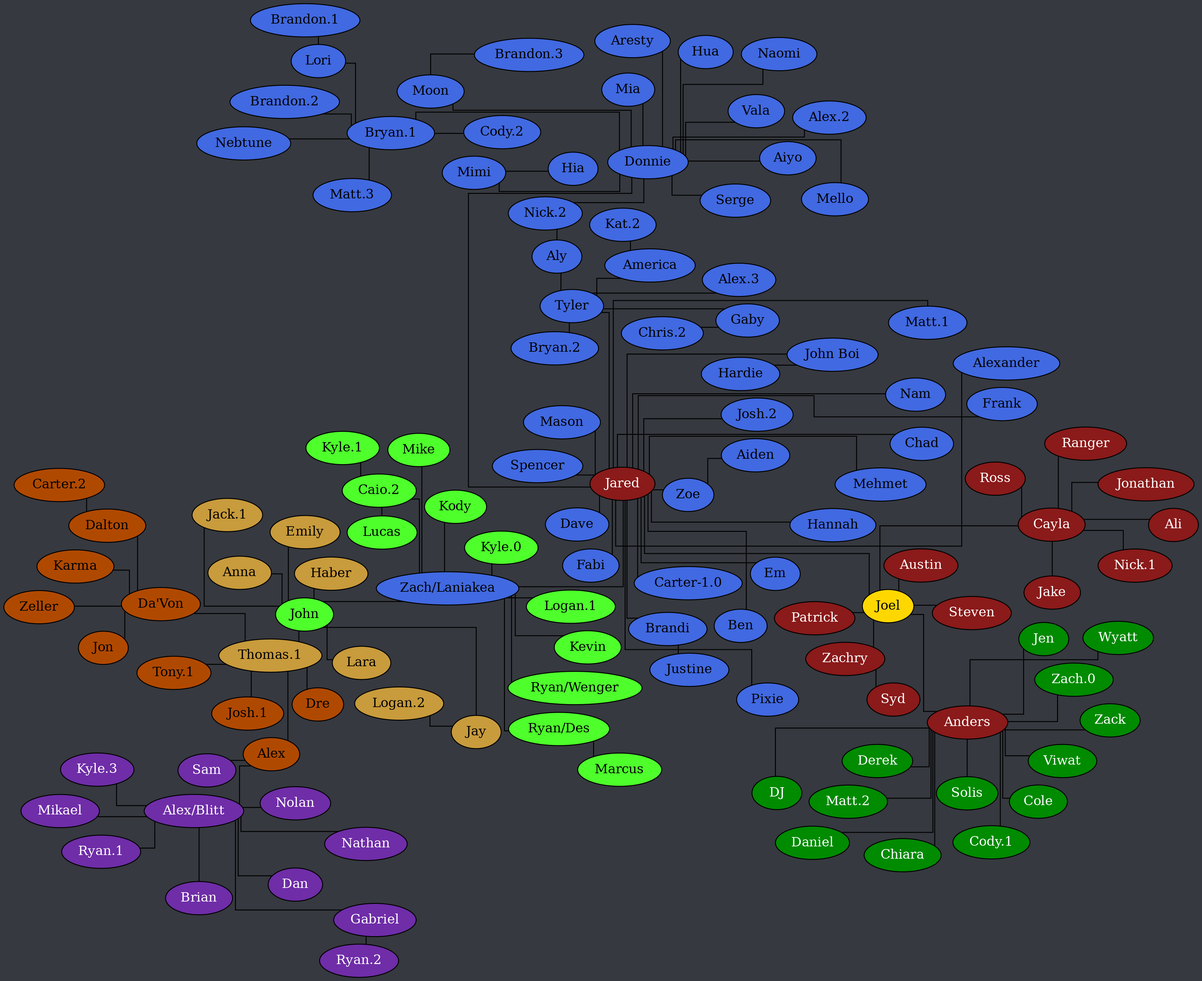
The Graphviz diagram tree.png in Documidas/CoronaCatzFamilyTree, before a commit. Its source is kept beside it as tree.dot.
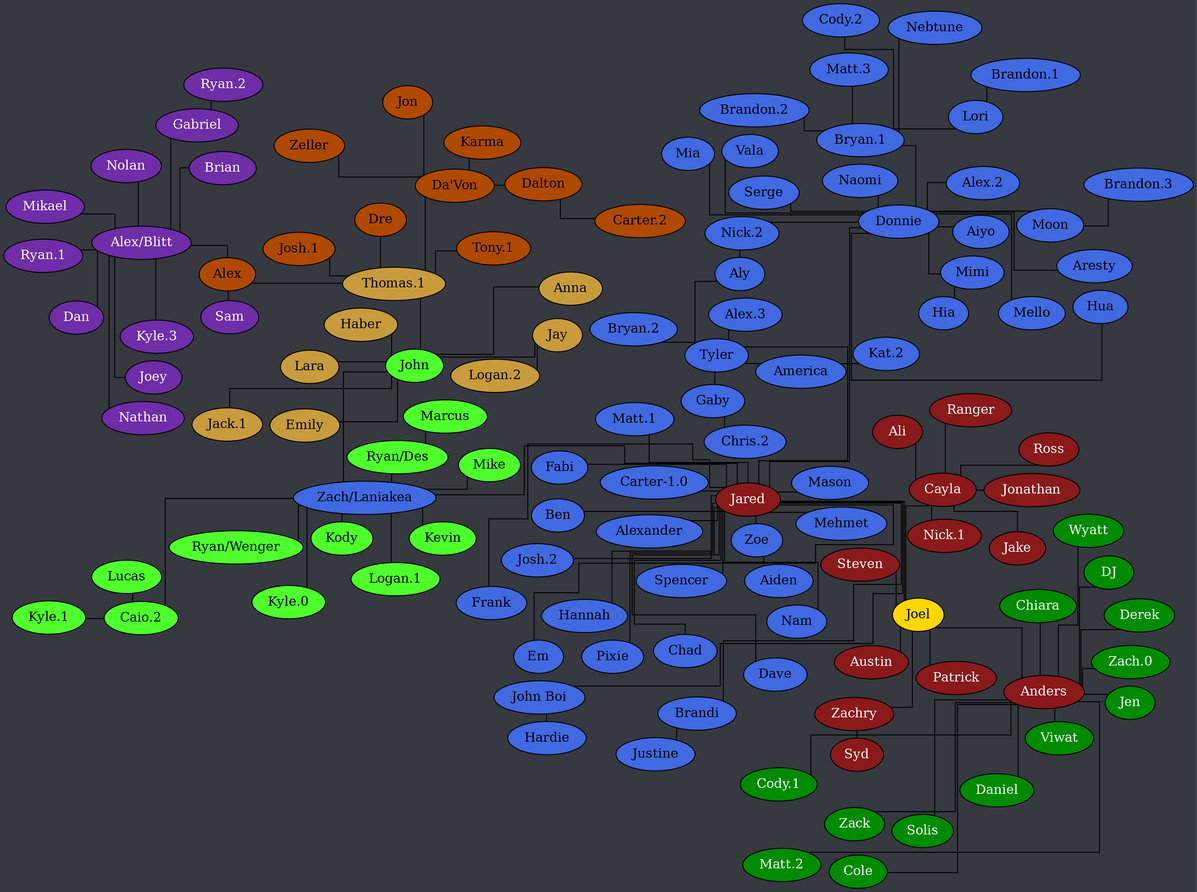
Later version of the same file.

Diff of the diagram source:
```diff
@@ -161,6 +161,7 @@
 		"Alex/Blitt" -- Brian;
 		"Alex/Blitt" -- Dan;
 		"Alex/Blitt" -- Gabriel;
+		"Alex/Blitt" -- Joey;
 		"Alex/Blitt" -- "Kyle.3";
 		"Alex/Blitt" -- Mikael;
 		"Alex/Blitt" -- Nathan;
```
